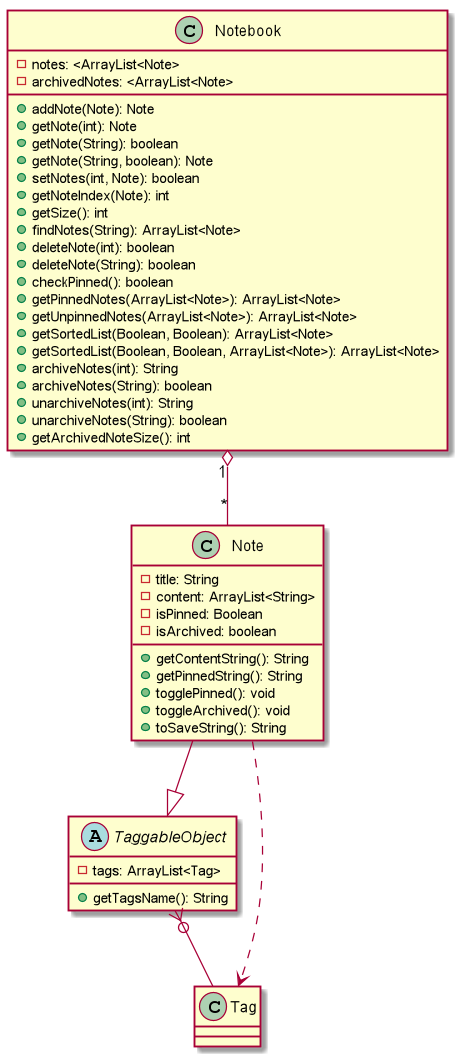
The PlantUML diagram docs/diagrams/out/NotebookObject.png in nus-cs2113-AY2021S1/tp, before a commit.
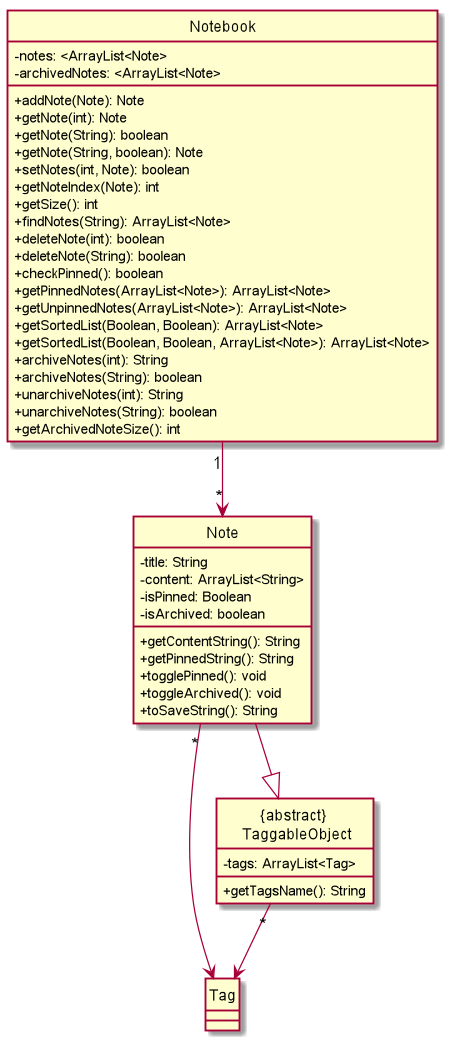
After the commit.

Commit message:
Updated Notebook.uml, temporarily remove edit event from list

What changed in the source:
```diff
@@ -1,9 +1,12 @@
 @startuml
 
-Note --|> TaggableObject
-Notebook "1" o-- "*" Note
-Note ..> Tag
-TaggableObject }o== Tag
+hide circle
+skinparam classAttributeIconSize 0
+
+Note --|> "{abstract} \n TaggableObject"
+Notebook "1" --> "*" Note
+Note "*"-> Tag
+"{abstract} \n TaggableObject" "*" --> Tag
 
 class Notebook {
 -notes: <ArrayList<Note>
@@ -42,7 +45,7 @@
 +toSaveString(): String
 }
 
-abstract class TaggableObject {
+class "{abstract} \n TaggableObject" {
 -tags: ArrayList<Tag>
 +getTagsName(): String
 }
```
